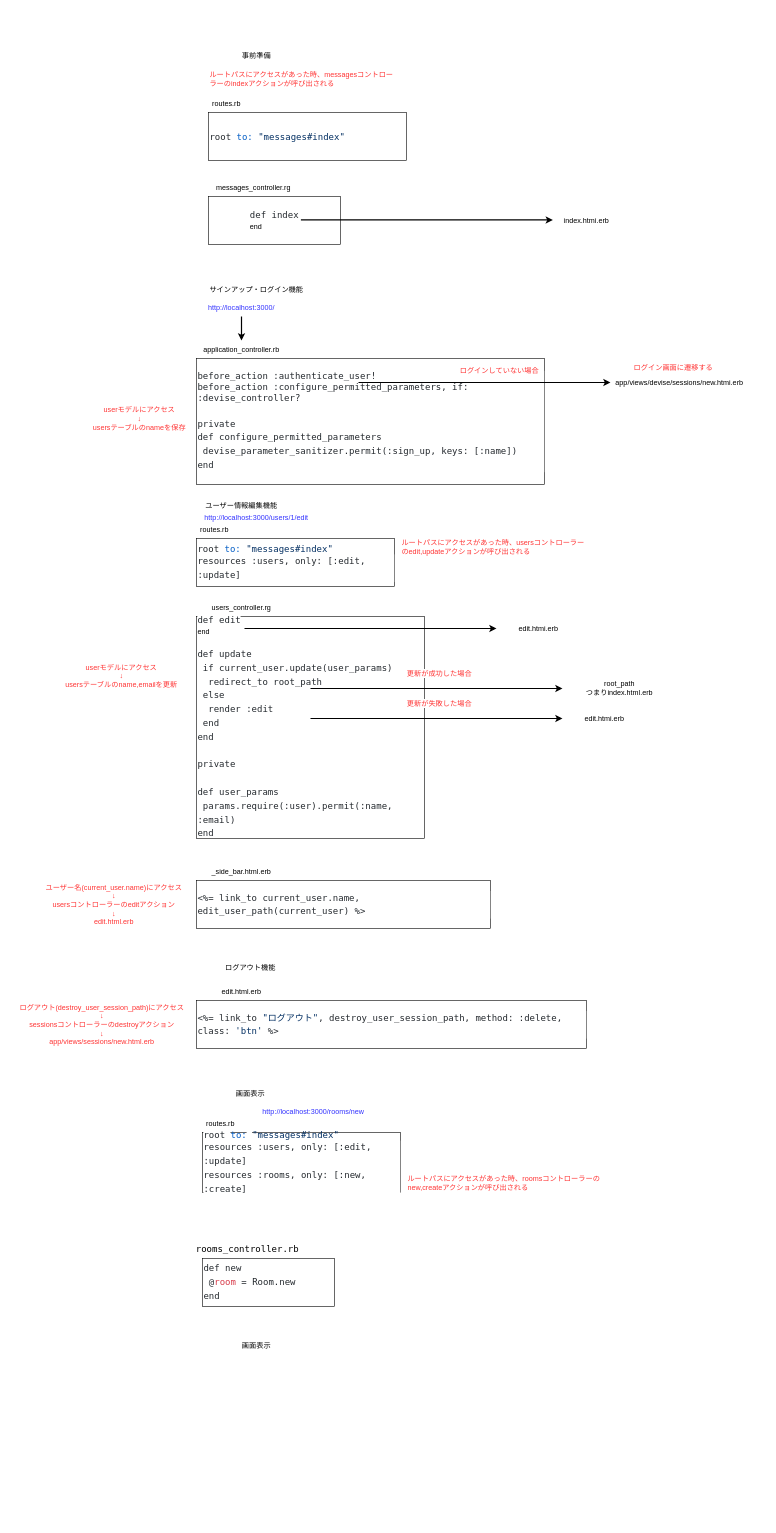
naoto7010code/chat-app3 keeps this draw.io diagram as .dio. Above is the earlier version. Source tidied: cells renumbered, new cells numbered last; positions are measured from the earlier drawing's top-left corner, leaving out a move shared by most shapes. Both pictures are drawn from the tidied source at 60%, with x=0, y=0 at pixel (10, 46).
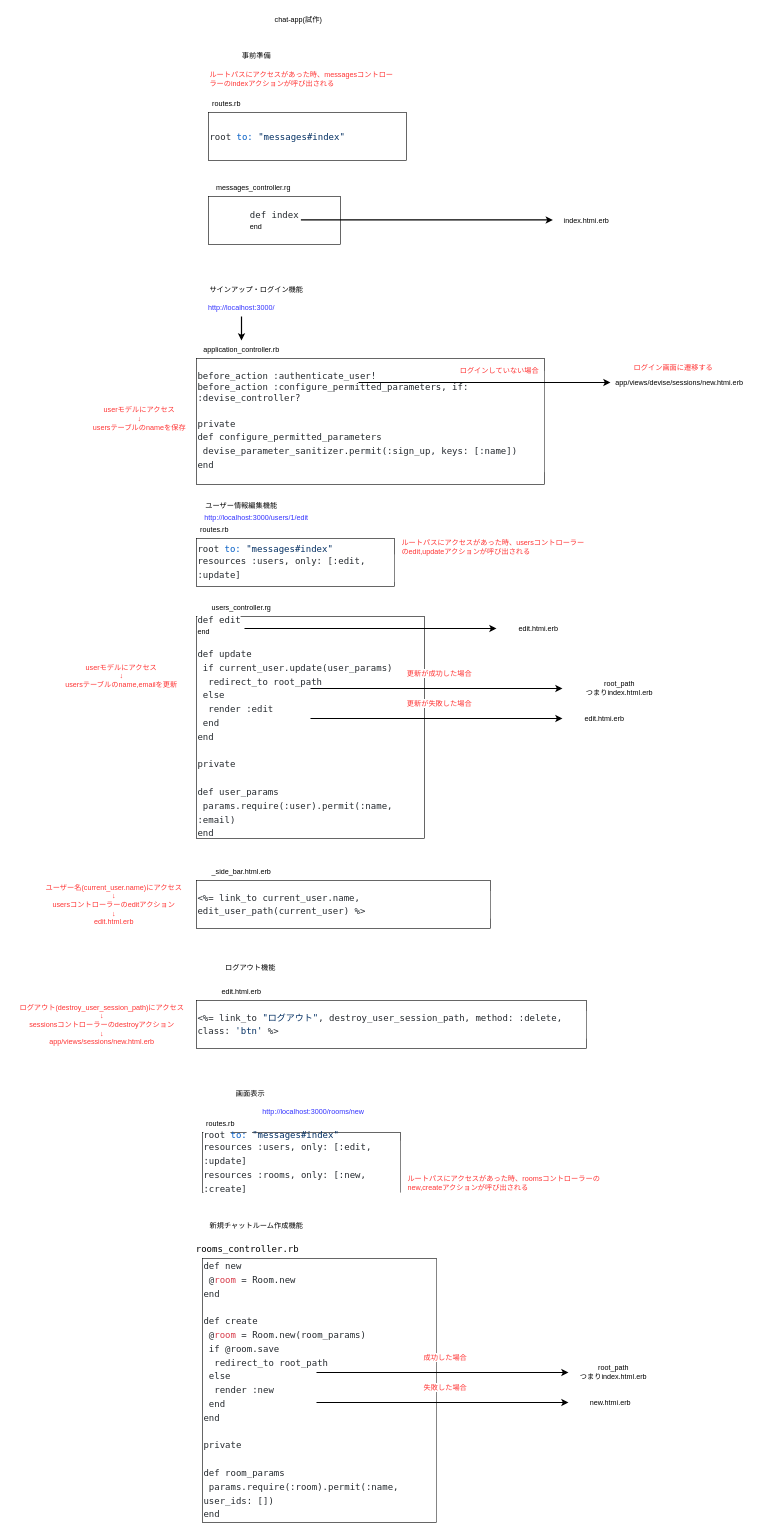
Above is the later version.

What changed in the source:
```diff
@@
-    <mxCell id="46" value="&lt;div style=&quot;color: rgb(36 , 41 , 46) ; background-color: rgb(255 , 255 , 255) ; font-family: &amp;#34;ricty diminished&amp;#34; , &amp;#34;menlo&amp;#34; , &amp;#34;monaco&amp;#34; , &amp;#34;courier new&amp;#34; , monospace ; font-size: 15px ; line-height: 23px&quot;&gt;&lt;div&gt;def new&lt;/div&gt;&lt;div&gt;&amp;nbsp;@&lt;span style=&quot;color: #d73a49&quot;&gt;room&lt;/span&gt; = Room.new&lt;/div&gt;&lt;div&gt;end&lt;/div&gt;&lt;/div&gt;" style="rounded=0;whiteSpace=wrap;html=1;align=left;" parent="1" vertex="1">
-      <mxGeometry x="320" y="2020" width="220" height="80" as="geometry" />
+    <mxCell id="46" value="&lt;div style=&quot;color: rgb(36 , 41 , 46) ; background-color: rgb(255 , 255 , 255) ; font-family: &amp;#34;ricty diminished&amp;#34; , &amp;#34;menlo&amp;#34; , &amp;#34;monaco&amp;#34; , &amp;#34;courier new&amp;#34; , monospace ; font-size: 15px ; line-height: 23px&quot;&gt;&lt;div&gt;def new&lt;/div&gt;&lt;div&gt;&amp;nbsp;@&lt;span style=&quot;color: #d73a49&quot;&gt;room&lt;/span&gt; = Room.new&lt;/div&gt;&lt;div&gt;end&lt;/div&gt;&lt;div&gt;&lt;br&gt;&lt;/div&gt;&lt;div&gt;&lt;div style=&quot;font-family: &amp;#34;ricty diminished&amp;#34; , &amp;#34;menlo&amp;#34; , &amp;#34;monaco&amp;#34; , &amp;#34;courier new&amp;#34; , monospace ; line-height: 23px&quot;&gt;&lt;div&gt;def create&lt;/div&gt;&lt;div&gt;&amp;nbsp;@&lt;span style=&quot;color: #d73a49&quot;&gt;room&lt;/span&gt; = Room.new(room_params)&lt;/div&gt;&lt;div&gt;&amp;nbsp;if @room.save&lt;/div&gt;&lt;div&gt;&amp;nbsp; redirect_to root_path&lt;/div&gt;&lt;div&gt;&amp;nbsp;else&lt;/div&gt;&lt;div&gt;&amp;nbsp; render :new&lt;/div&gt;&lt;div&gt;&amp;nbsp;end&lt;/div&gt;&lt;div style=&quot;font-family: &amp;#34;ricty diminished&amp;#34; , &amp;#34;menlo&amp;#34; , &amp;#34;monaco&amp;#34; , &amp;#34;courier new&amp;#34; , monospace ; line-height: 23px&quot;&gt;end&lt;/div&gt;&lt;br&gt;&lt;div&gt;private&lt;/div&gt;&lt;br&gt;&lt;div&gt;def room_params&lt;/div&gt;&lt;div&gt;&amp;nbsp;params.require(:room).permit(:name, user_ids: [])&lt;/div&gt;&lt;div&gt;end&lt;/div&gt;&lt;/div&gt;&lt;/div&gt;&lt;/div&gt;" style="rounded=0;whiteSpace=wrap;html=1;align=left;" parent="1" vertex="1">
+      <mxGeometry x="320" y="2020" width="390" height="440" as="geometry" />
     </mxCell>
@@
-    <mxCell id="50" value="画面表示" style="text;html=1;strokeColor=none;fillColor=none;align=center;verticalAlign=middle;whiteSpace=wrap;rounded=0;" parent="1" vertex="1">
-      <mxGeometry x="320" y="2150" width="180" height="30" as="geometry" />
+    <mxCell id="50" value="新規チャットルーム作成機能" style="text;html=1;strokeColor=none;fillColor=none;align=center;verticalAlign=middle;whiteSpace=wrap;rounded=0;" parent="1" vertex="1">
+      <mxGeometry x="320" y="1950" width="180" height="30" as="geometry" />
     </mxCell>
+    <mxCell id="51" style="endArrow=classic;html=1;fontColor=#3333FF;labelBorderColor=none;fontSize=11;strokeWidth=2;" parent="1" edge="1">
+      <mxGeometry relative="1" as="geometry">
+        <mxPoint x="510" y="2210" as="sourcePoint" />
+        <mxPoint x="930" y="2210" as="targetPoint" />
+      </mxGeometry>
+    </mxCell>
+    <mxCell id="52" style="endArrow=classic;html=1;fontColor=#3333FF;labelBorderColor=none;fontSize=11;strokeWidth=2;" parent="1" edge="1">
+      <mxGeometry relative="1" as="geometry">
+        <mxPoint x="510" y="2260" as="sourcePoint" />
+        <mxPoint x="930" y="2260" as="targetPoint" />
+      </mxGeometry>
+    </mxCell>
+    <mxCell id="53" value="成功した場合" style="text;html=1;strokeColor=none;fillColor=none;align=center;verticalAlign=middle;whiteSpace=wrap;rounded=0;fontColor=#FF3333;labelBackgroundColor=default;" parent="1" vertex="1">
+      <mxGeometry x="660" y="2170" width="130" height="30" as="geometry" />
+    </mxCell>
+    <mxCell id="54" value="失敗した場合" style="text;html=1;strokeColor=none;fillColor=none;align=center;verticalAlign=middle;whiteSpace=wrap;rounded=0;fontColor=#FF3333;labelBackgroundColor=default;" parent="1" vertex="1">
+      <mxGeometry x="660" y="2220" width="130" height="30" as="geometry" />
+    </mxCell>
+    <mxCell id="55" value="root_path&lt;br&gt;つまりindex.html.erb" style="text;html=1;strokeColor=none;fillColor=none;align=center;verticalAlign=middle;whiteSpace=wrap;rounded=0;" parent="1" vertex="1">
+      <mxGeometry x="920" y="2200" width="170" height="20" as="geometry" />
+    </mxCell>
+    <mxCell id="56" value="new.htmi.erb" style="text;html=1;strokeColor=none;fillColor=none;align=center;verticalAlign=middle;whiteSpace=wrap;rounded=0;" parent="1" vertex="1">
+      <mxGeometry x="950" y="2250" width="100" height="20" as="geometry" />
+    </mxCell>
+    <mxCell id="57" value="chat-app(試作)" style="text;html=1;strokeColor=none;fillColor=none;align=center;verticalAlign=middle;whiteSpace=wrap;rounded=0;" parent="1" vertex="1">
+      <mxGeometry x="390" y="-60" width="180" height="30" as="geometry" />
+    </mxCell>
```
